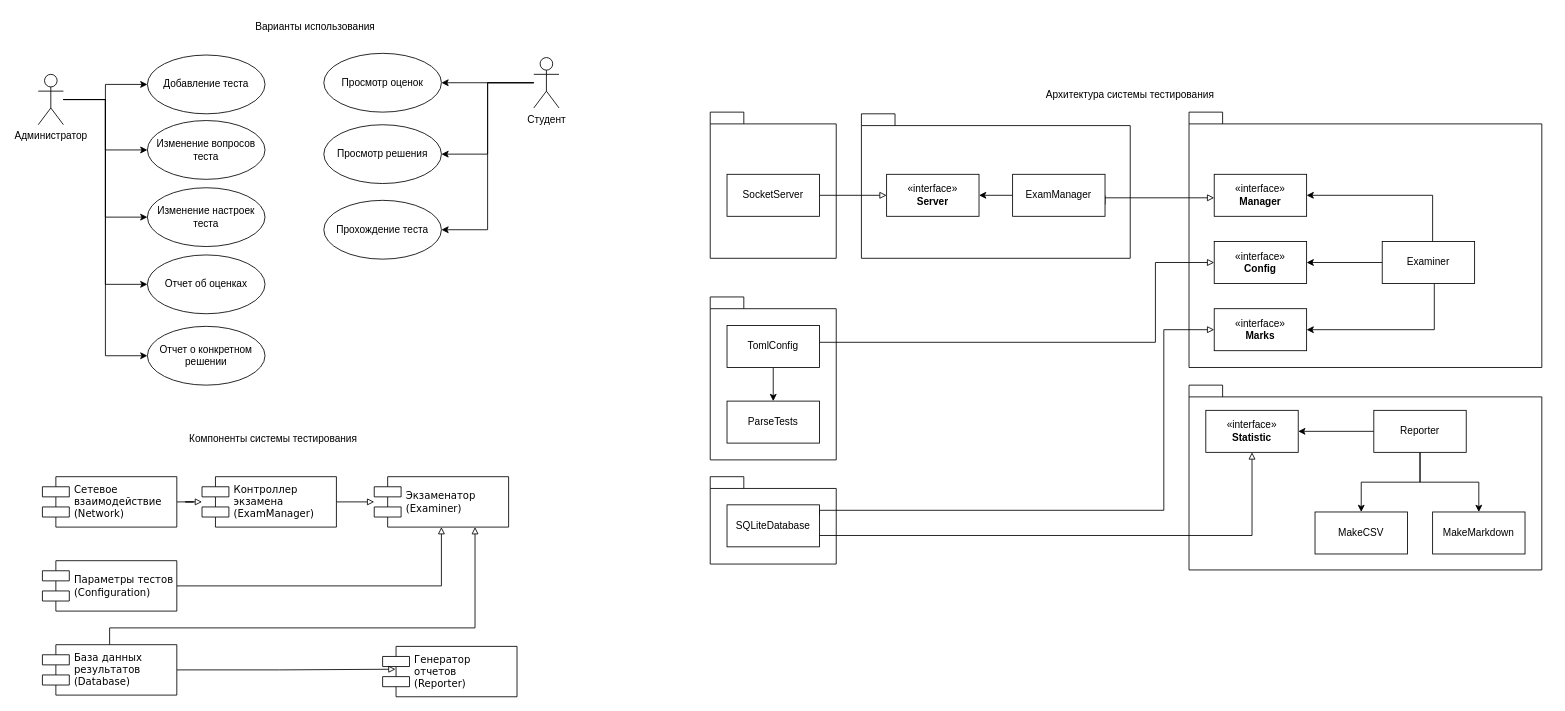
dovydenkovas/learned-cat keeps this draw.io diagram as architecture.drawio. Above is the earlier version. Source tidied: cells renumbered, new cells numbered last; positions are measured from the earlier drawing's top-left corner, leaving out a move shared by most shapes. Both pictures are drawn from the tidied source at 84%, with x=0, y=0 at pixel (38, 14).
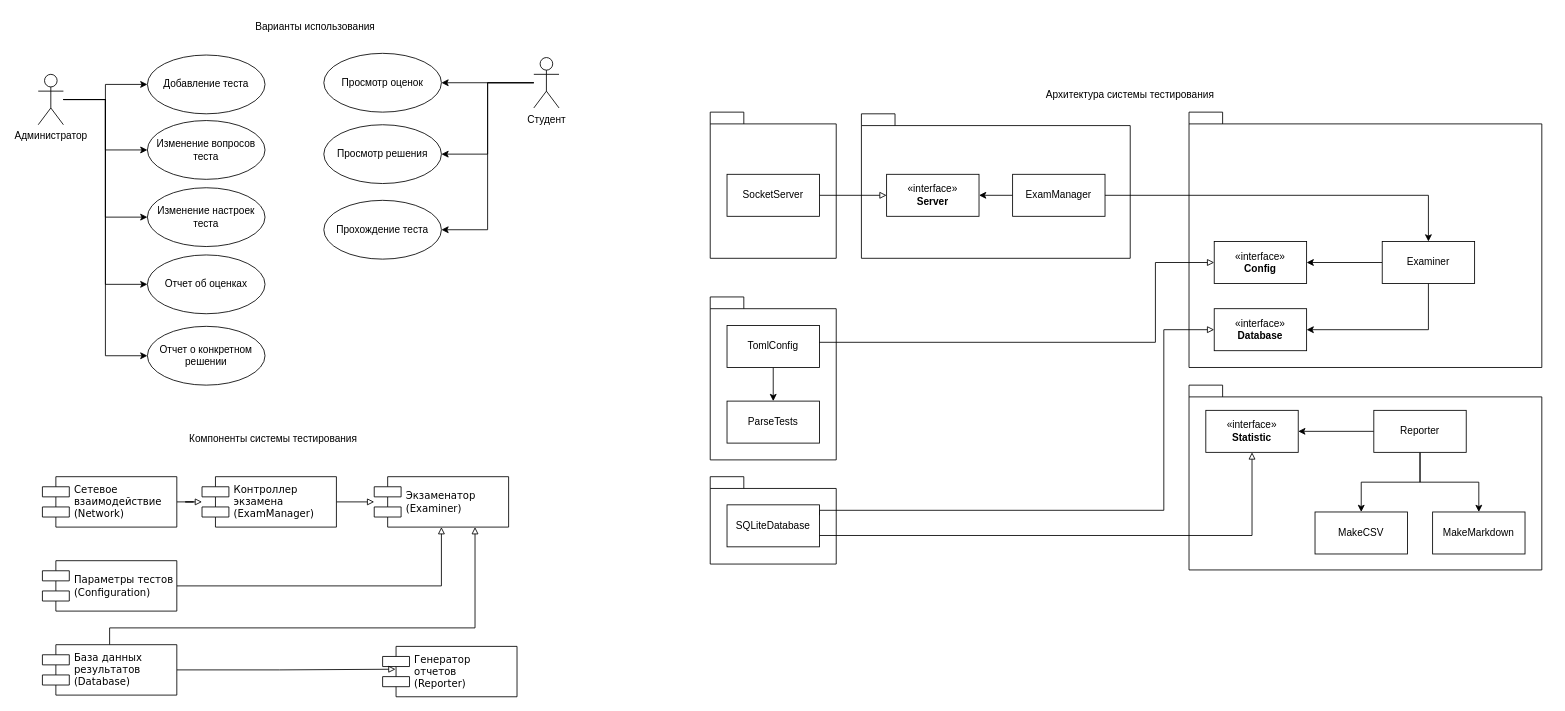
The same diagram, later.

Unchanged cells that the change refers to:
```xml
<mxCell id="53" value="Examiner" style="html=1;whiteSpace=wrap;" parent="1" vertex="1">
  <mxGeometry x="1600" y="270" width="110" height="50" as="geometry" />
</mxCell>
<mxCell id="56" value="ExamManager" style="html=1;whiteSpace=wrap;" parent="1" vertex="1">
  <mxGeometry x="1160" y="190" width="110" height="50" as="geometry" />
</mxCell>
```

What changed in the source:
```diff
@@
+    <mxCell id="66" style="shape=folder;fontStyle=1;spacingTop=10;tabWidth=40;tabHeight=14;tabPosition=left;html=1;whiteSpace=wrap;fillColor=none;" parent="1" vertex="1">
+      <mxGeometry x="1370" y="116" width="420" height="304" as="geometry" />
+    </mxCell>
@@
-    <mxCell id="35" style="edgeStyle=orthogonalEdgeStyle;rounded=0;jettySize=auto;html=1;strokeColor=default;align=center;verticalAlign=middle;fontFamily=Helvetica;fontSize=11;fontColor=default;labelBackgroundColor=default;endArrow=block;endFill=0;exitX=1;exitY=0.5;exitDx=0;exitDy=0;" parent="1" edge="1" source="56" target="54">
-      <mxGeometry relative="1" as="geometry">
-        <Array as="points">
-          <mxPoint x="1229" y="226" />
-          <mxPoint x="1229" y="218" />
-        </Array>
-      </mxGeometry>
-    </mxCell>
@@
-    <mxCell id="48" value="«interface»&lt;br&gt;&lt;b&gt;Marks&lt;/b&gt;" style="html=1;whiteSpace=wrap;" parent="1" vertex="1">
+    <mxCell id="48" value="«interface»&lt;br&gt;&lt;b&gt;Database&lt;/b&gt;" style="html=1;whiteSpace=wrap;" parent="1" vertex="1">
       <mxGeometry x="1400" y="350" width="110" height="50" as="geometry" />
     </mxCell>
@@
-    <mxCell id="50" style="edgeStyle=orthogonalEdgeStyle;rounded=0;jettySize=auto;html=1;entryX=1;entryY=0.5;entryDx=0;entryDy=0;" parent="1" edge="1" source="53" target="48">
+    <mxCell id="50" style="edgeStyle=orthogonalEdgeStyle;rounded=0;jettySize=auto;html=1;entryX=1;entryY=0.5;entryDx=0;entryDy=0;" parent="1" edge="1" target="48">
       <mxGeometry relative="1" as="geometry">
+        <mxPoint x="1655" y="320" as="sourcePoint" />
         <Array as="points">
-          <mxPoint x="1662" y="375" />
+          <mxPoint x="1655" y="375" />
         </Array>
       </mxGeometry>
     </mxCell>
@@
-    <mxCell id="52" style="edgeStyle=orthogonalEdgeStyle;rounded=0;jettySize=auto;html=1;entryX=1;entryY=0.5;entryDx=0;entryDy=0;" parent="1" edge="1" source="53" target="54">
-      <mxGeometry relative="1" as="geometry">
-        <Array as="points">
-          <mxPoint x="1660" y="215" />
-        </Array>
-      </mxGeometry>
+    <mxCell id="52" style="edgeStyle=orthogonalEdgeStyle;rounded=0;jettySize=auto;html=1;exitX=1;exitY=0.5;exitDx=0;exitDy=0;" parent="1" edge="1" source="56" target="53">
+      <mxGeometry relative="1" as="geometry" />
     </mxCell>
@@
-    <mxCell id="54" value="«interface»&lt;br&gt;&lt;b&gt;Manager&lt;/b&gt;" style="html=1;whiteSpace=wrap;" parent="1" vertex="1">
-      <mxGeometry x="1400" y="190" width="110" height="50" as="geometry" />
-    </mxCell>
@@
-    <mxCell id="66" style="shape=folder;fontStyle=1;spacingTop=10;tabWidth=40;tabHeight=14;tabPosition=left;html=1;whiteSpace=wrap;fillColor=none;" parent="1" vertex="1">
-      <mxGeometry x="1370" y="116" width="420" height="304" as="geometry" />
-    </mxCell>
```
